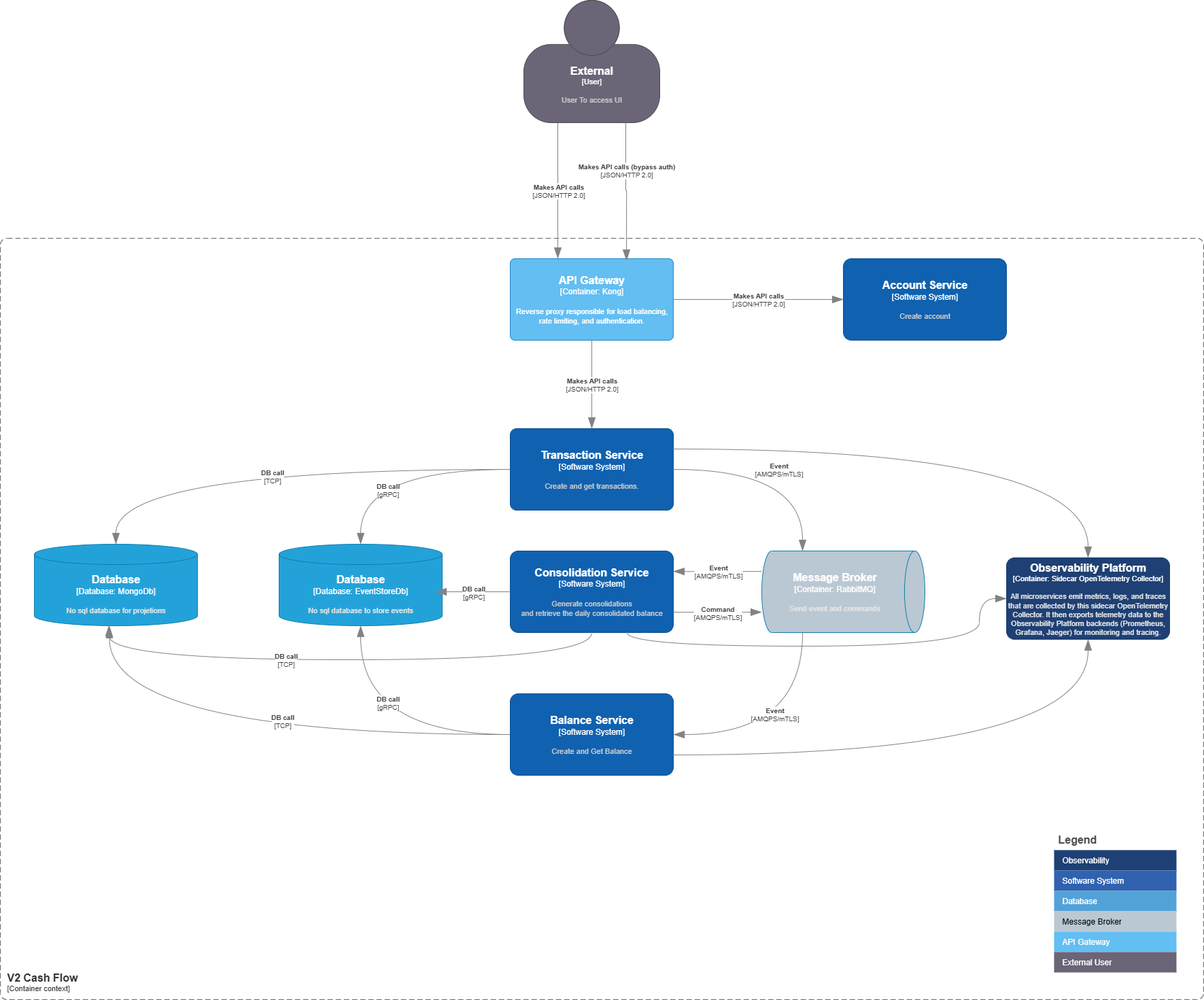
Earlier version of the draw.io export c4_containercontext_cahsflow.png (andreymmonteiro/CashFlow). Source tidied: cells renumbered, new cells last; positions are measured from the earlier drawing's top-left corner, leaving out a move shared by most shapes.
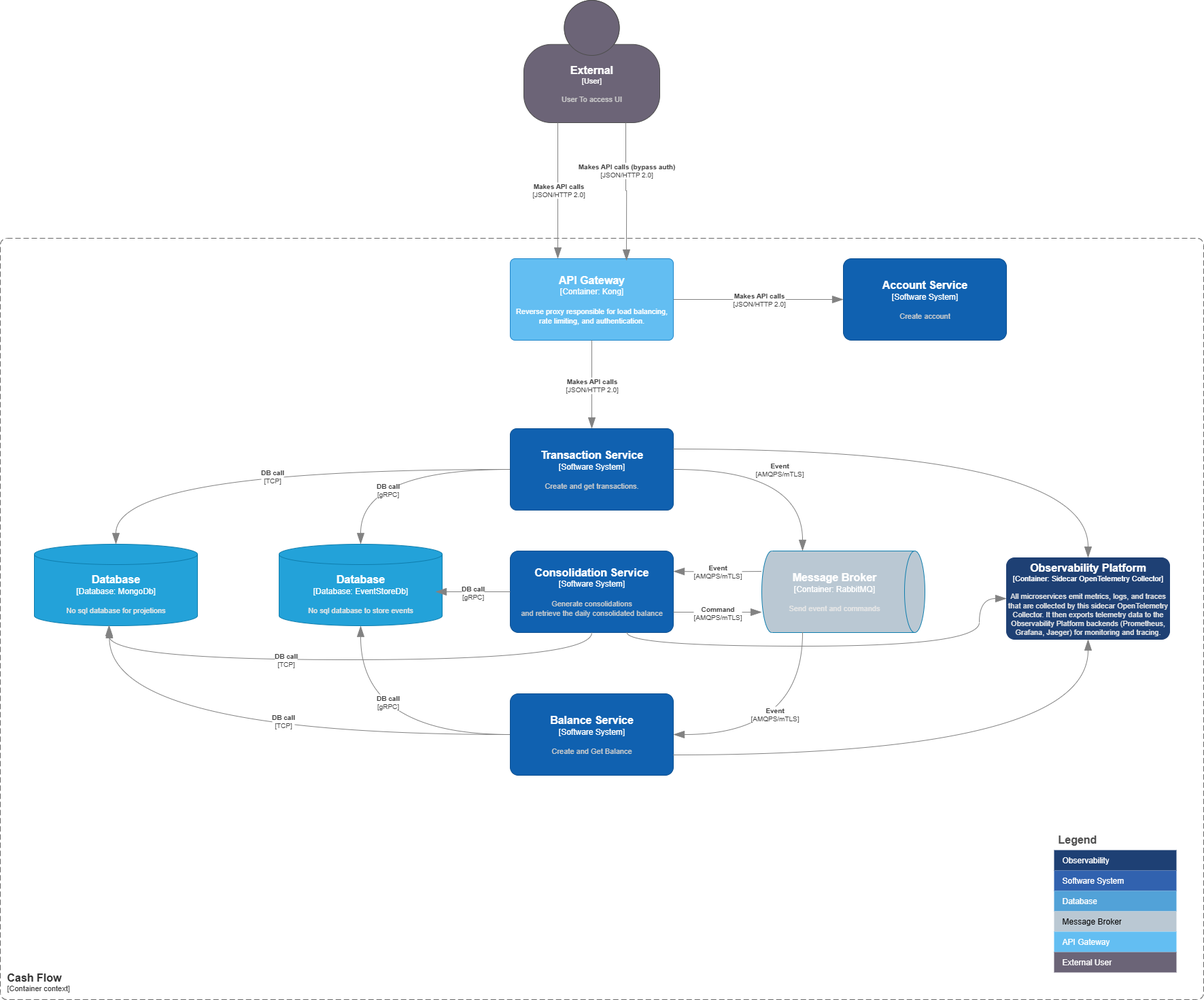
The same diagram one commit later.

What changed in the source:
```diff
@@ -7,7 +7,7 @@
         <mxGeometry x="770" width="200" height="180" as="geometry" />
       </mxCell>
     </object>
-    <object id="3" label="&lt;font style=&quot;font-size: 16px&quot;&gt;&lt;b&gt;&lt;div style=&quot;text-align: left&quot;&gt;%c4Name%&lt;/div&gt;&lt;/b&gt;&lt;/font&gt;&lt;div style=&quot;text-align: left&quot;&gt;[%c4Application%]&lt;/div&gt;" c4Application="Container context" c4Name="V2 Cash Flow" c4Type="SystemScopeBoundary" placeholders="1">
+    <object id="3" label="&lt;font style=&quot;font-size: 16px&quot;&gt;&lt;b&gt;&lt;div style=&quot;text-align: left&quot;&gt;%c4Name%&lt;/div&gt;&lt;/b&gt;&lt;/font&gt;&lt;div style=&quot;text-align: left&quot;&gt;[%c4Application%]&lt;/div&gt;" c4Application="Container context" c4Name="Cash Flow" c4Type="SystemScopeBoundary" placeholders="1">
       <mxCell style="rounded=1;fontSize=11;whiteSpace=wrap;html=1;dashed=1;arcSize=20;fillColor=none;strokeColor=#666666;fontColor=#333333;labelBackgroundColor=none;align=left;verticalAlign=bottom;labelBorderColor=none;spacingTop=0;spacing=10;dashPattern=8 4;perimeter=rectanglePerimeter;noLabel=0;labelPadding=0;absoluteArcSize=1;" parent="1" vertex="1">
         <mxGeometry y="350" width="1770" height="1120" as="geometry" />
       </mxCell>
```
